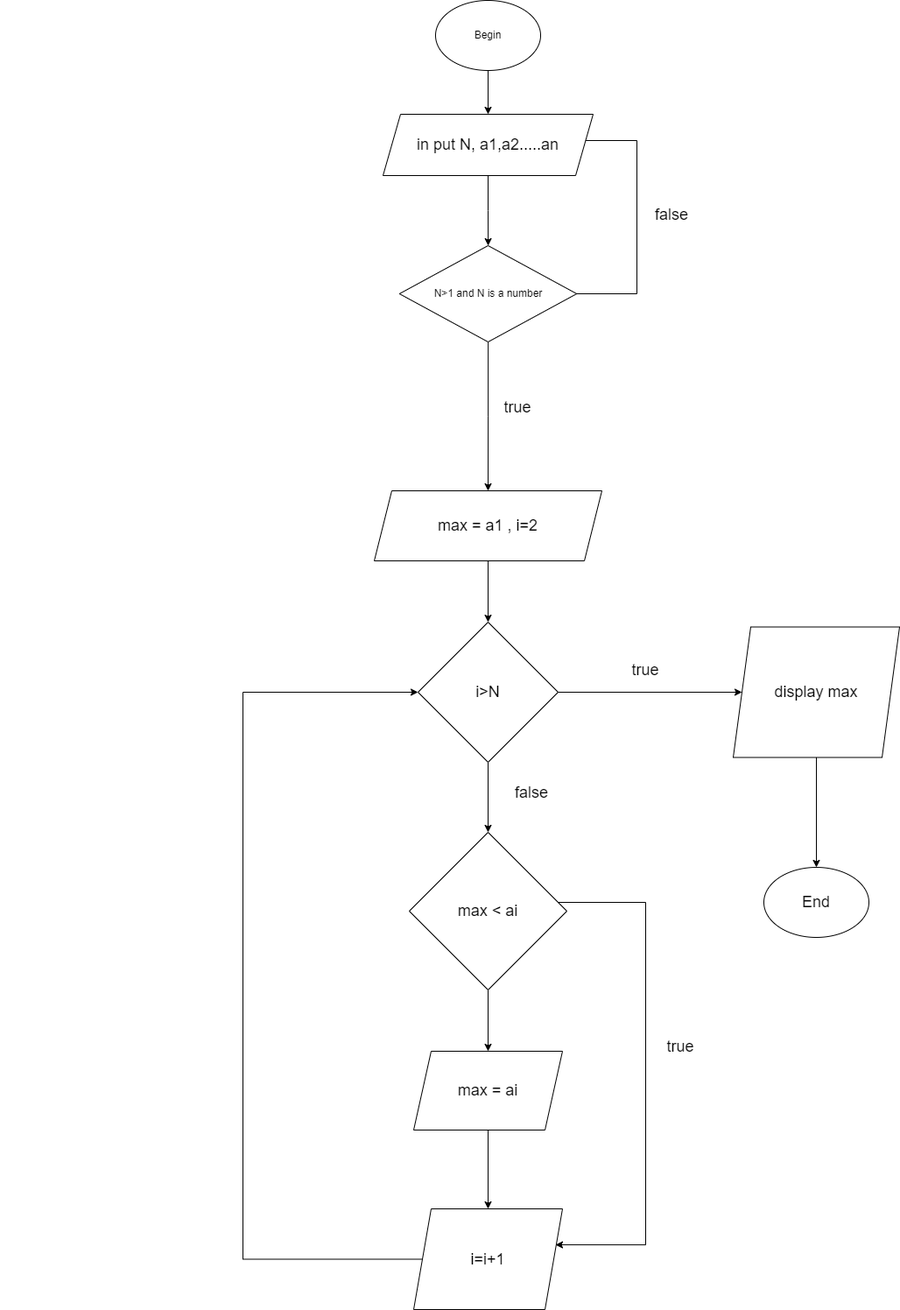
Earlier version of the draw.io export ss3_ma_gia_luu_do/bai4.png (phuoctai0612/c0223g1-maiphuoctai). Source tidied: cells renumbered, new cells last; positions are measured from the earlier drawing's top-left corner, leaving out a move shared by most shapes.
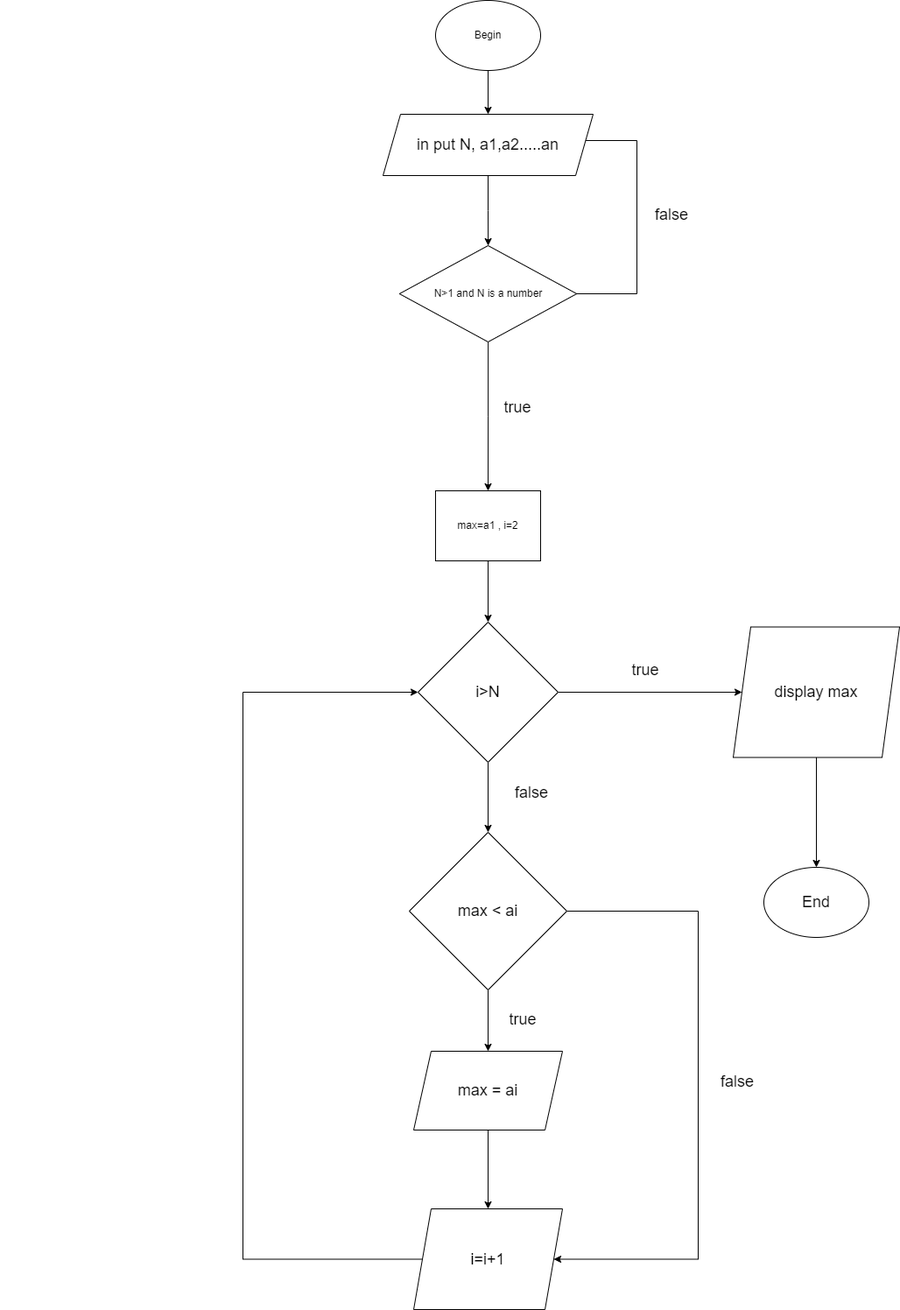
The same file after the commit.

Commit message:
em sua 1 so loi

What changed in the source:
```diff
@@ -19,8 +19,10 @@
         </Array>
       </mxGeometry>
     </mxCell>
-    <mxCell id="5" style="edgeStyle=orthogonalEdgeStyle;rounded=0;jettySize=auto;html=1;fontSize=18;" parent="1" edge="1" source="6" target="11">
-      <mxGeometry relative="1" as="geometry" />
+    <mxCell id="5" style="edgeStyle=orthogonalEdgeStyle;rounded=0;jettySize=auto;html=1;fontSize=18;" parent="1" edge="1" source="6">
+      <mxGeometry relative="1" as="geometry">
+        <mxPoint x="550" y="560" as="targetPoint" />
+      </mxGeometry>
     </mxCell>
     <mxCell id="6" value="N&amp;gt;1 and N is a number" style="rhombus;whiteSpace=wrap;html=1;" parent="1" vertex="1">
       <mxGeometry x="448.8" y="280" width="202.5" height="110" as="geometry" />
@@ -34,23 +36,22 @@
     <mxCell id="9" value="in put N, a1,a2.....an" style="shape=parallelogram;perimeter=parallelogramPerimeter;whiteSpace=wrap;html=1;fixedSize=1;strokeWidth=1;fontSize=18;" parent="1" vertex="1">
       <mxGeometry x="430" y="130" width="240" height="70" as="geometry" />
     </mxCell>
-    <mxCell id="10" style="edgeStyle=orthogonalEdgeStyle;rounded=0;jettySize=auto;html=1;fontSize=18;" parent="1" edge="1" source="11" target="24">
-      <mxGeometry relative="1" as="geometry" />
+    <mxCell id="10" style="edgeStyle=orthogonalEdgeStyle;rounded=0;jettySize=auto;html=1;fontSize=18;" parent="1" edge="1" target="24">
+      <mxGeometry relative="1" as="geometry">
+        <mxPoint x="550" y="640" as="sourcePoint" />
+      </mxGeometry>
     </mxCell>
-    <mxCell id="11" value="max = a1 , i=2" style="shape=parallelogram;perimeter=parallelogramPerimeter;whiteSpace=wrap;html=1;fixedSize=1;strokeWidth=1;fontSize=18;" parent="1" vertex="1">
-      <mxGeometry x="420" y="560" width="260" height="80" as="geometry" />
-    </mxCell>
+    <mxCell id="13" style="edgeStyle=orthogonalEdgeStyle;rounded=0;jettySize=auto;html=1;fontSize=18;" parent="1" edge="1" source="14" target="18">
+      <mxGeometry relative="1" as="geometry" />
+    </mxCell>
-    <mxCell id="12" style="edgeStyle=orthogonalEdgeStyle;rounded=0;jettySize=auto;html=1;entryX=0.953;entryY=0.357;entryDx=0;entryDy=0;entryPerimeter=0;fontSize=18;" parent="1" edge="1" source="14" target="16">
+    <mxCell id="12" style="edgeStyle=orthogonalEdgeStyle;rounded=0;jettySize=auto;html=1;entryX=1;entryY=0.5;entryDx=0;entryDy=0;fontSize=18;" parent="1" edge="1" source="14" target="16">
       <mxGeometry relative="1" as="geometry">
         <Array as="points">
-          <mxPoint x="730" y="1030" />
-          <mxPoint x="730" y="1421" />
+          <mxPoint x="790" y="1040" />
+          <mxPoint x="790" y="1438" />
         </Array>
       </mxGeometry>
     </mxCell>
-    <mxCell id="13" style="edgeStyle=orthogonalEdgeStyle;rounded=0;jettySize=auto;html=1;fontSize=18;" parent="1" edge="1" source="14" target="18">
-      <mxGeometry relative="1" as="geometry" />
-    </mxCell>
     <mxCell id="14" value="max &amp;lt; ai" style="rhombus;whiteSpace=wrap;html=1;strokeWidth=1;fontSize=18;" parent="1" vertex="1">
       <mxGeometry x="460" y="950" width="180" height="180" as="geometry" />
     </mxCell>
@@ -105,11 +106,17 @@
     <mxCell id="27" value="false" style="text;html=1;strokeColor=none;fillColor=none;align=center;verticalAlign=middle;whiteSpace=wrap;rounded=0;fontSize=18;" parent="1" vertex="1">
       <mxGeometry x="570" y="890" width="60" height="30" as="geometry" />
     </mxCell>
+    <mxCell id="29" value="true" style="text;html=1;strokeColor=none;fillColor=none;align=center;verticalAlign=middle;whiteSpace=wrap;rounded=0;fontSize=18;" parent="1" vertex="1">
+      <mxGeometry x="700" y="750" width="60" height="30" as="geometry" />
+    </mxCell>
     <mxCell id="28" value="true" style="text;html=1;strokeColor=none;fillColor=none;align=center;verticalAlign=middle;whiteSpace=wrap;rounded=0;fontSize=18;" parent="1" vertex="1">
-      <mxGeometry x="740" y="1180" width="60" height="30" as="geometry" />
+      <mxGeometry x="560" y="1149" width="60" height="30" as="geometry" />
     </mxCell>
-    <mxCell id="29" value="true" style="text;html=1;strokeColor=none;fillColor=none;align=center;verticalAlign=middle;whiteSpace=wrap;rounded=0;fontSize=18;" parent="1" vertex="1">
-      <mxGeometry x="700" y="750" width="60" height="30" as="geometry" />
-    </mxCell>
+    <mxCell id="30" value="false" style="text;html=1;strokeColor=none;fillColor=none;align=center;verticalAlign=middle;whiteSpace=wrap;rounded=0;fontSize=18;" parent="1" vertex="1">
+      <mxGeometry x="805" y="1220" width="60" height="30" as="geometry" />
+    </mxCell>
+    <mxCell id="31" value="max=a1 , i=2" style="rounded=0;whiteSpace=wrap;html=1;" parent="1" vertex="1">
+      <mxGeometry x="490" y="560" width="120" height="80" as="geometry" />
+    </mxCell>
   </root>
 </mxGraphModel>
```
